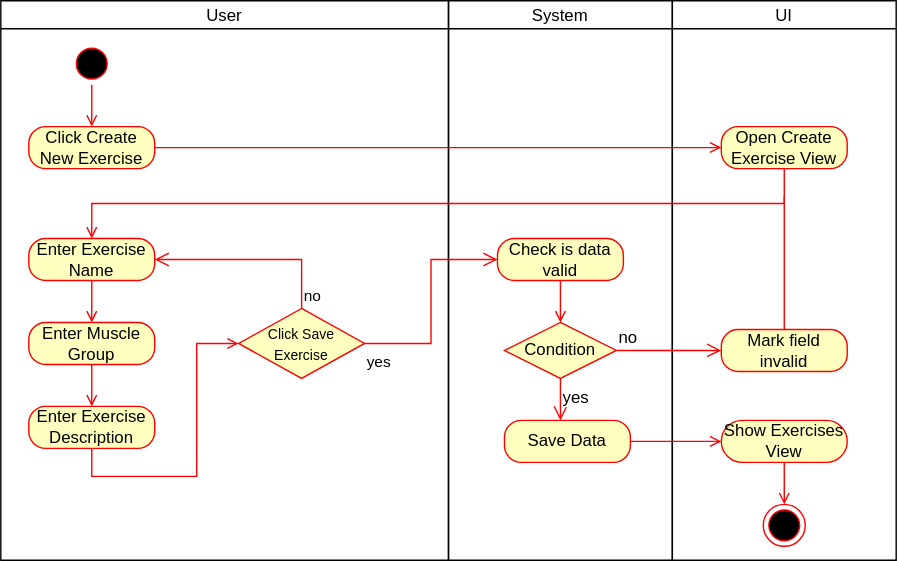
Earlier version of the draw.io export Create_Exercise.drawio.svg (willizielke/FitnessWebAppDocumentation). Source tidied: cells renumbered, new cells last; positions are measured from the earlier drawing's top-left corner, leaving out a move shared by most shapes.
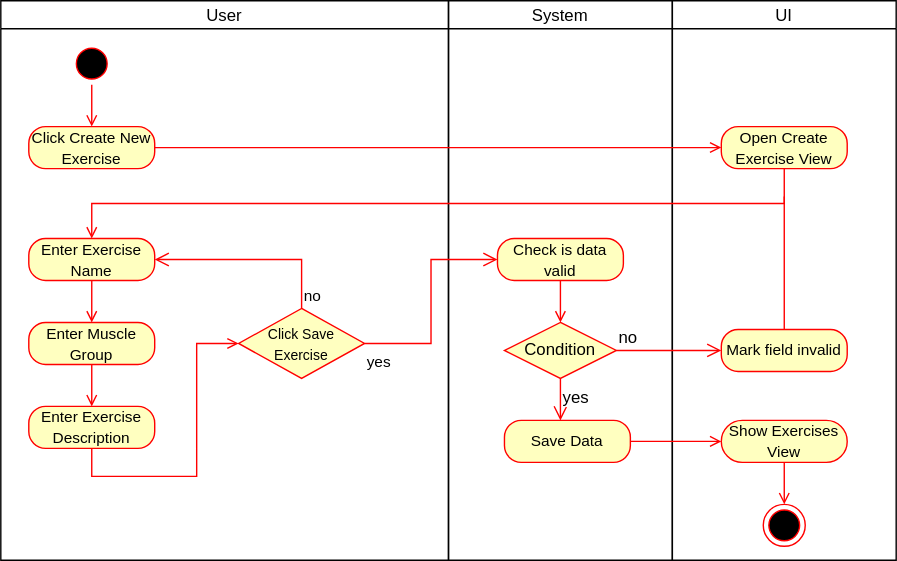
Later version of the same file.

Diff of the diagram source:
```diff
@@ -20,31 +20,31 @@
     <mxCell id="7" style="edgeStyle=orthogonalEdgeStyle;rounded=0;jettySize=auto;html=1;exitX=1;exitY=0.5;exitDx=0;exitDy=0;entryX=0;entryY=0.5;entryDx=0;entryDy=0;strokeColor=#FF0000;endArrow=open;endFill=0;" parent="1" edge="1" source="8" target="10">
       <mxGeometry relative="1" as="geometry" />
     </mxCell>
-    <mxCell id="8" value="&lt;font style=&quot;font-size: 12px;&quot;&gt;Click Create New Exercise&lt;/font&gt;" style="rounded=1;whiteSpace=wrap;html=1;arcSize=40;fontColor=#000000;fillColor=#ffffc0;strokeColor=#ff0000;shadow=0;glass=0;sketch=0;fillStyle=auto;" parent="1" vertex="1">
+    <mxCell id="8" value="&lt;font style=&quot;font-size: 11px;&quot;&gt;Click Create New Exercise&lt;/font&gt;" style="rounded=1;whiteSpace=wrap;html=1;arcSize=40;fontColor=#000000;fillColor=#ffffc0;strokeColor=#ff0000;shadow=0;glass=0;sketch=0;fillStyle=auto;" parent="1" vertex="1">
       <mxGeometry x="20" y="90" width="90" height="30" as="geometry" />
     </mxCell>
     <mxCell id="9" style="edgeStyle=orthogonalEdgeStyle;rounded=0;jettySize=auto;html=1;exitX=0.5;exitY=1;exitDx=0;exitDy=0;entryX=0.5;entryY=0;entryDx=0;entryDy=0;strokeColor=#FF0000;endArrow=open;endFill=0;" parent="1" edge="1" source="10" target="12">
       <mxGeometry relative="1" as="geometry" />
     </mxCell>
-    <mxCell id="10" value="Open Create Exercise View" style="rounded=1;whiteSpace=wrap;html=1;arcSize=40;fontColor=#000000;fillColor=#ffffc0;strokeColor=#ff0000;shadow=0;glass=0;sketch=0;fillStyle=auto;" parent="1" vertex="1">
+    <mxCell id="10" value="&lt;font style=&quot;font-size: 11px;&quot;&gt;Open Create Exercise View&lt;/font&gt;" style="rounded=1;whiteSpace=wrap;html=1;arcSize=40;fontColor=#000000;fillColor=#ffffc0;strokeColor=#ff0000;shadow=0;glass=0;sketch=0;fillStyle=auto;" parent="1" vertex="1">
       <mxGeometry x="515" y="90" width="90" height="30" as="geometry" />
     </mxCell>
     <mxCell id="11" style="edgeStyle=orthogonalEdgeStyle;rounded=0;jettySize=auto;html=1;exitX=0.5;exitY=1;exitDx=0;exitDy=0;entryX=0.5;entryY=0;entryDx=0;entryDy=0;strokeColor=#FF0000;endArrow=open;endFill=0;" parent="1" edge="1" source="12" target="14">
       <mxGeometry relative="1" as="geometry" />
     </mxCell>
-    <mxCell id="12" value="Enter Exercise Name" style="rounded=1;whiteSpace=wrap;html=1;arcSize=40;fontColor=#000000;fillColor=#ffffc0;strokeColor=#ff0000;shadow=0;glass=0;sketch=0;fillStyle=auto;" parent="1" vertex="1">
+    <mxCell id="12" value="&lt;font style=&quot;font-size: 11px;&quot;&gt;Enter Exercise Name&lt;/font&gt;" style="rounded=1;whiteSpace=wrap;html=1;arcSize=40;fontColor=#000000;fillColor=#ffffc0;strokeColor=#ff0000;shadow=0;glass=0;sketch=0;fillStyle=auto;" parent="1" vertex="1">
       <mxGeometry x="20" y="170" width="90" height="30" as="geometry" />
     </mxCell>
     <mxCell id="13" style="edgeStyle=orthogonalEdgeStyle;rounded=0;jettySize=auto;html=1;exitX=0.5;exitY=1;exitDx=0;exitDy=0;entryX=0.5;entryY=0;entryDx=0;entryDy=0;strokeColor=#FF0000;endArrow=open;endFill=0;" parent="1" edge="1" source="14" target="16">
       <mxGeometry relative="1" as="geometry" />
     </mxCell>
-    <mxCell id="14" value="Enter Muscle Group" style="rounded=1;whiteSpace=wrap;html=1;arcSize=40;fontColor=#000000;fillColor=#ffffc0;strokeColor=#ff0000;shadow=0;glass=0;sketch=0;fillStyle=auto;" parent="1" vertex="1">
+    <mxCell id="14" value="&lt;font style=&quot;font-size: 11px;&quot;&gt;Enter Muscle Group&lt;/font&gt;" style="rounded=1;whiteSpace=wrap;html=1;arcSize=40;fontColor=#000000;fillColor=#ffffc0;strokeColor=#ff0000;shadow=0;glass=0;sketch=0;fillStyle=auto;" parent="1" vertex="1">
       <mxGeometry x="20" y="230" width="90" height="30" as="geometry" />
     </mxCell>
     <mxCell id="15" style="edgeStyle=orthogonalEdgeStyle;rounded=0;jettySize=auto;html=1;exitX=0.5;exitY=1;exitDx=0;exitDy=0;entryX=0;entryY=0.5;entryDx=0;entryDy=0;strokeColor=#FF0000;endArrow=open;endFill=0;" parent="1" edge="1" source="16" target="17">
       <mxGeometry relative="1" as="geometry" />
     </mxCell>
-    <mxCell id="16" value="Enter Exercise Description" style="rounded=1;whiteSpace=wrap;html=1;arcSize=40;fontColor=#000000;fillColor=#ffffc0;strokeColor=#ff0000;shadow=0;glass=0;sketch=0;fillStyle=auto;" parent="1" vertex="1">
+    <mxCell id="16" value="&lt;font style=&quot;font-size: 11px;&quot;&gt;Enter Exercise Description&lt;/font&gt;" style="rounded=1;whiteSpace=wrap;html=1;arcSize=40;fontColor=#000000;fillColor=#ffffc0;strokeColor=#ff0000;shadow=0;glass=0;sketch=0;fillStyle=auto;" parent="1" vertex="1">
       <mxGeometry x="20" y="290" width="90" height="30" as="geometry" />
     </mxCell>
     <mxCell id="17" value="&lt;font style=&quot;font-size: 10px;&quot;&gt;Click Save Exercise&lt;/font&gt;" style="rhombus;whiteSpace=wrap;html=1;fillColor=#ffffc0;strokeColor=#ff0000;rounded=0;shadow=0;glass=0;sketch=0;fillStyle=auto;" parent="1" vertex="1">
@@ -63,7 +63,7 @@
     <mxCell id="20" style="edgeStyle=orthogonalEdgeStyle;rounded=0;jettySize=auto;html=1;exitX=0.5;exitY=1;exitDx=0;exitDy=0;entryX=0.5;entryY=0;entryDx=0;entryDy=0;strokeColor=#FF0000;fontSize=12;endArrow=open;endFill=0;" parent="1" edge="1" source="21" target="22">
       <mxGeometry relative="1" as="geometry" />
     </mxCell>
-    <mxCell id="21" value="Check is data valid" style="rounded=1;whiteSpace=wrap;html=1;arcSize=40;fontColor=#000000;fillColor=#ffffc0;strokeColor=#ff0000;shadow=0;glass=0;sketch=0;fillStyle=auto;" parent="1" vertex="1">
+    <mxCell id="21" value="&lt;font style=&quot;font-size: 11px;&quot;&gt;Check is data valid&lt;/font&gt;" style="rounded=1;whiteSpace=wrap;html=1;arcSize=40;fontColor=#000000;fillColor=#ffffc0;strokeColor=#ff0000;shadow=0;glass=0;sketch=0;fillStyle=auto;" parent="1" vertex="1">
       <mxGeometry x="355" y="170" width="90" height="30" as="geometry" />
     </mxCell>
     <mxCell id="22" value="Condition" style="rhombus;whiteSpace=wrap;html=1;fillColor=#ffffc0;strokeColor=#ff0000;rounded=0;shadow=0;glass=0;sketch=0;fillStyle=auto;fontSize=12;" parent="1" vertex="1">
@@ -82,19 +82,19 @@
         <mxPoint x="560" y="140" as="targetPoint" />
       </mxGeometry>
     </mxCell>
-    <mxCell id="26" value="Mark field invalid" style="rounded=1;whiteSpace=wrap;html=1;arcSize=40;fontColor=#000000;fillColor=#ffffc0;strokeColor=#ff0000;shadow=0;glass=0;sketch=0;fillStyle=auto;" parent="1" vertex="1">
+    <mxCell id="26" value="&lt;font style=&quot;font-size: 11px;&quot;&gt;Mark field invalid&lt;/font&gt;" style="rounded=1;whiteSpace=wrap;html=1;arcSize=40;fontColor=#000000;fillColor=#ffffc0;strokeColor=#ff0000;shadow=0;glass=0;sketch=0;fillStyle=auto;" parent="1" vertex="1">
       <mxGeometry x="515" y="235" width="90" height="30" as="geometry" />
     </mxCell>
     <mxCell id="27" style="edgeStyle=orthogonalEdgeStyle;rounded=0;jettySize=auto;html=1;exitX=1;exitY=0.5;exitDx=0;exitDy=0;entryX=0;entryY=0.5;entryDx=0;entryDy=0;strokeColor=#FF0000;fontSize=12;endArrow=open;endFill=0;" parent="1" edge="1" source="28" target="30">
       <mxGeometry relative="1" as="geometry" />
     </mxCell>
-    <mxCell id="28" value="Save Data" style="rounded=1;whiteSpace=wrap;html=1;arcSize=40;fontColor=#000000;fillColor=#ffffc0;strokeColor=#ff0000;shadow=0;glass=0;sketch=0;fillStyle=auto;" parent="1" vertex="1">
+    <mxCell id="28" value="&lt;font style=&quot;font-size: 11px;&quot;&gt;Save Data&lt;/font&gt;" style="rounded=1;whiteSpace=wrap;html=1;arcSize=40;fontColor=#000000;fillColor=#ffffc0;strokeColor=#ff0000;shadow=0;glass=0;sketch=0;fillStyle=auto;" parent="1" vertex="1">
       <mxGeometry x="360" y="300" width="90" height="30" as="geometry" />
     </mxCell>
     <mxCell id="29" style="edgeStyle=orthogonalEdgeStyle;rounded=0;jettySize=auto;html=1;exitX=0.5;exitY=1;exitDx=0;exitDy=0;entryX=0.5;entryY=0;entryDx=0;entryDy=0;strokeColor=#FF0000;fontSize=12;endArrow=open;endFill=0;" parent="1" edge="1" source="30" target="31">
       <mxGeometry relative="1" as="geometry" />
     </mxCell>
-    <mxCell id="30" value="Show Exercises View" style="rounded=1;whiteSpace=wrap;html=1;arcSize=50;fontColor=#000000;fillColor=#ffffc0;strokeColor=#ff0000;shadow=0;glass=0;sketch=0;fillStyle=auto;" parent="1" vertex="1">
+    <mxCell id="30" value="&lt;font style=&quot;font-size: 11px;&quot;&gt;Show Exercises View&lt;/font&gt;" style="rounded=1;whiteSpace=wrap;html=1;arcSize=50;fontColor=#000000;fillColor=#ffffc0;strokeColor=#ff0000;shadow=0;glass=0;sketch=0;fillStyle=auto;" parent="1" vertex="1">
       <mxGeometry x="515" y="300" width="90" height="30" as="geometry" />
     </mxCell>
     <mxCell id="31" style="ellipse;html=1;shape=endState;fillColor=#000000;strokeColor=#ff0000;rounded=0;shadow=0;glass=0;sketch=0;fillStyle=auto;fontSize=12;" parent="1" vertex="1">
```
